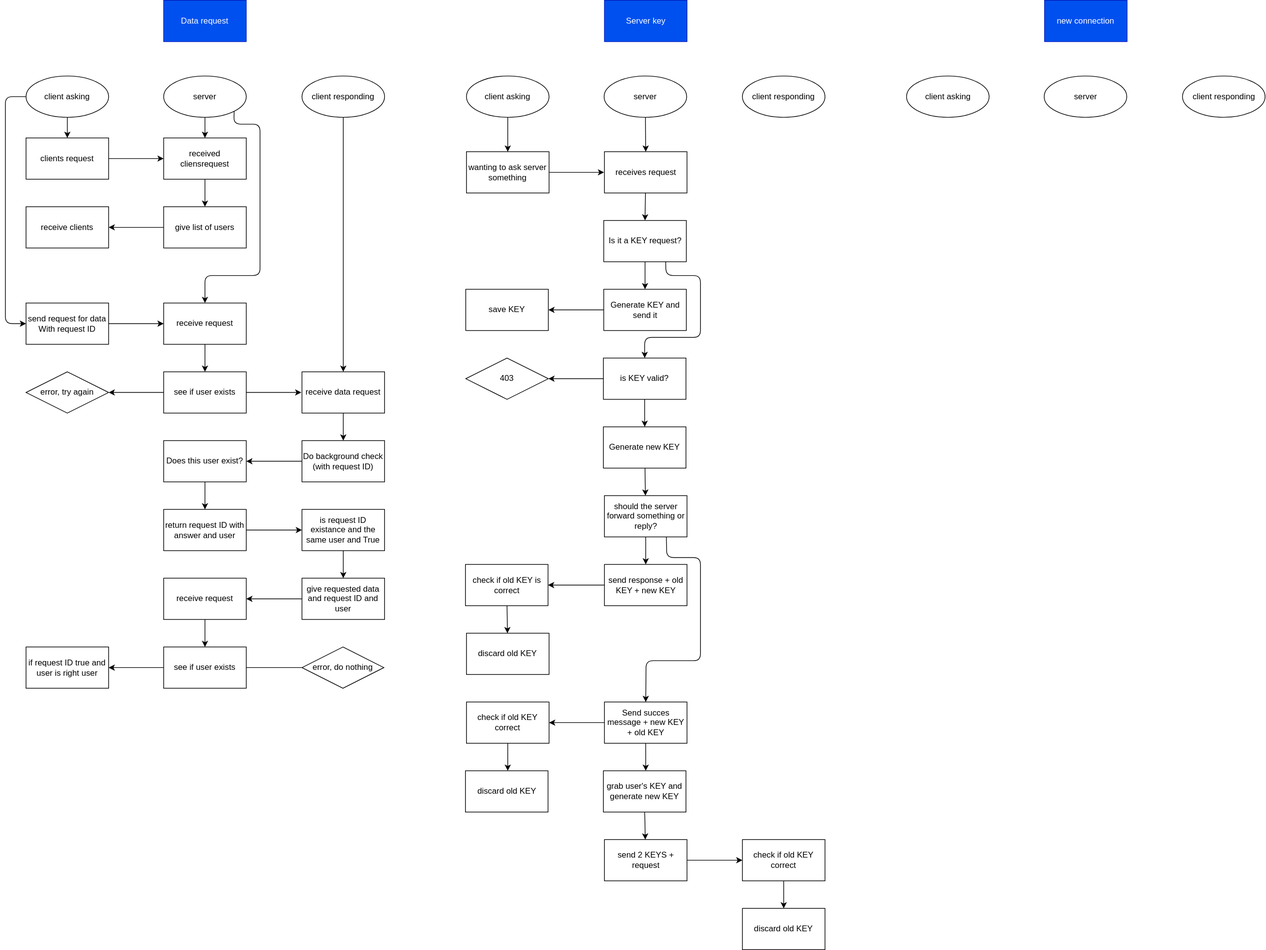
Earlier version of the draw.io export connect.drawio.svg (oldmartijntje/LAN-Hub). Source tidied: cells renumbered, new cells last; positions are measured from the earlier drawing's top-left corner, leaving out a move shared by most shapes.
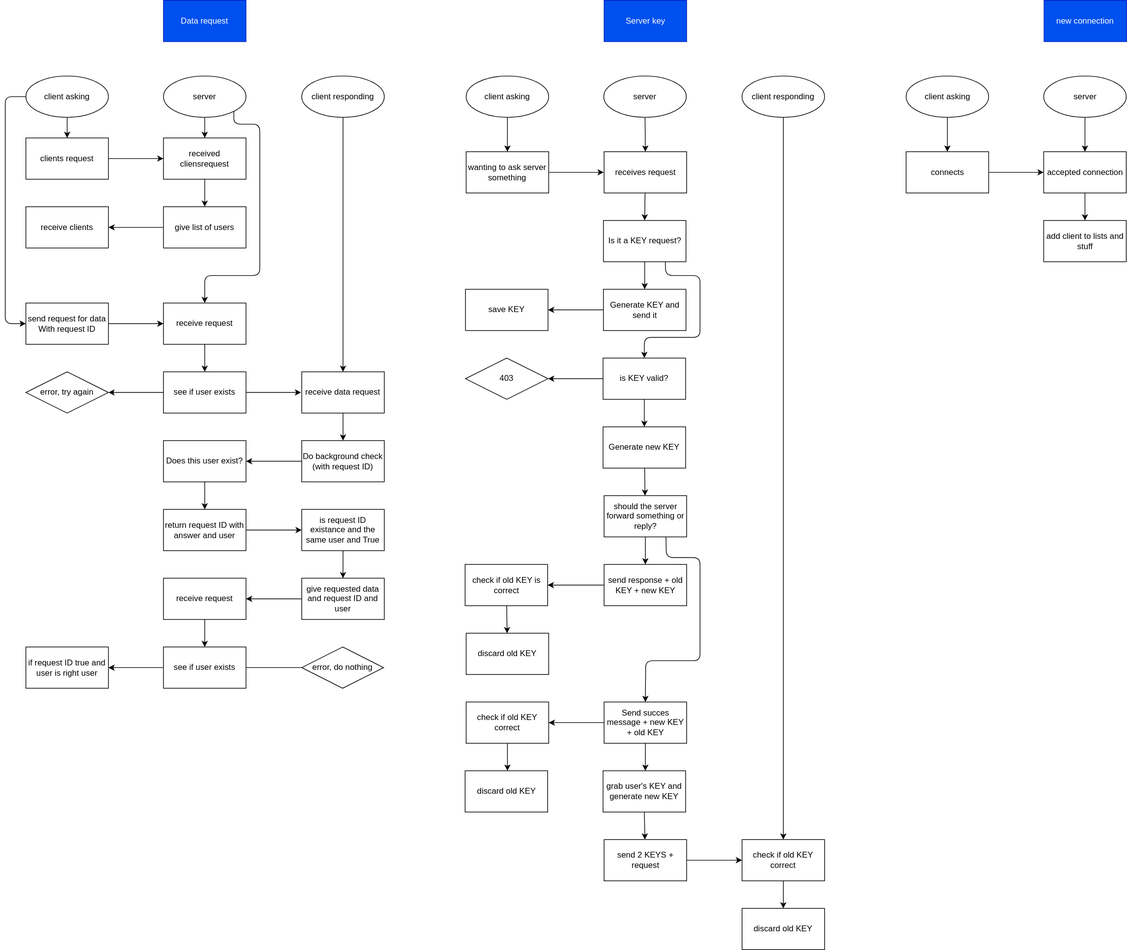
Later version of the same file.

Diff of the diagram source:
```diff
@@ -173,18 +173,24 @@
     <mxCell id="50" value="server" style="ellipse;whiteSpace=wrap;html=1;" parent="1" vertex="1">
       <mxGeometry x="870" y="110" width="120" height="60" as="geometry" />
     </mxCell>
+    <mxCell id="92" style="edgeStyle=none;html=1;entryX=0.5;entryY=0;entryDx=0;entryDy=0;" parent="1" edge="1" source="51" target="90">
+      <mxGeometry relative="1" as="geometry" />
+    </mxCell>
     <mxCell id="51" value="client responding" style="ellipse;whiteSpace=wrap;html=1;" parent="1" vertex="1">
       <mxGeometry x="1071" y="110" width="120" height="60" as="geometry" />
     </mxCell>
+    <mxCell id="93" style="edgeStyle=none;html=1;entryX=0.5;entryY=0;entryDx=0;entryDy=0;" parent="1" edge="1" source="52" target="96">
+      <mxGeometry relative="1" as="geometry" />
+    </mxCell>
     <mxCell id="52" value="client asking" style="ellipse;whiteSpace=wrap;html=1;" parent="1" vertex="1">
       <mxGeometry x="1309.5" y="110" width="120" height="60" as="geometry" />
     </mxCell>
+    <mxCell id="94" style="edgeStyle=none;html=1;entryX=0.5;entryY=0;entryDx=0;entryDy=0;" parent="1" edge="1" source="53" target="98">
+      <mxGeometry relative="1" as="geometry" />
+    </mxCell>
     <mxCell id="53" value="server" style="ellipse;whiteSpace=wrap;html=1;" parent="1" vertex="1">
       <mxGeometry x="1509.5" y="110" width="120" height="60" as="geometry" />
     </mxCell>
-    <mxCell id="54" value="client responding" style="ellipse;whiteSpace=wrap;html=1;" parent="1" vertex="1">
-      <mxGeometry x="1710.5" y="110" width="120" height="60" as="geometry" />
-    </mxCell>
     <mxCell id="55" style="edgeStyle=none;html=1;" parent="1" edge="1" source="56">
       <mxGeometry relative="1" as="geometry">
         <mxPoint x="870" y="250" as="targetPoint" />
@@ -320,5 +326,20 @@
     <mxCell id="91" value="discard old KEY" style="whiteSpace=wrap;html=1;" parent="1" vertex="1">
       <mxGeometry x="1071" y="1320" width="120" height="60" as="geometry" />
     </mxCell>
+    <mxCell id="95" style="edgeStyle=none;html=1;entryX=0;entryY=0.5;entryDx=0;entryDy=0;" parent="1" edge="1" source="96" target="98">
+      <mxGeometry relative="1" as="geometry" />
+    </mxCell>
+    <mxCell id="96" value="connects" style="whiteSpace=wrap;html=1;" parent="1" vertex="1">
+      <mxGeometry x="1309.5" y="220" width="120" height="60" as="geometry" />
+    </mxCell>
+    <mxCell id="97" style="edgeStyle=none;html=1;" parent="1" edge="1" source="98" target="99">
+      <mxGeometry relative="1" as="geometry" />
+    </mxCell>
+    <mxCell id="98" value="accepted connection" style="whiteSpace=wrap;html=1;" parent="1" vertex="1">
+      <mxGeometry x="1509.5" y="220" width="120" height="60" as="geometry" />
+    </mxCell>
+    <mxCell id="99" value="add client to lists and stuff" style="whiteSpace=wrap;html=1;" parent="1" vertex="1">
+      <mxGeometry x="1509.5" y="320" width="120" height="60" as="geometry" />
+    </mxCell>
   </root>
 </mxGraphModel>
```
